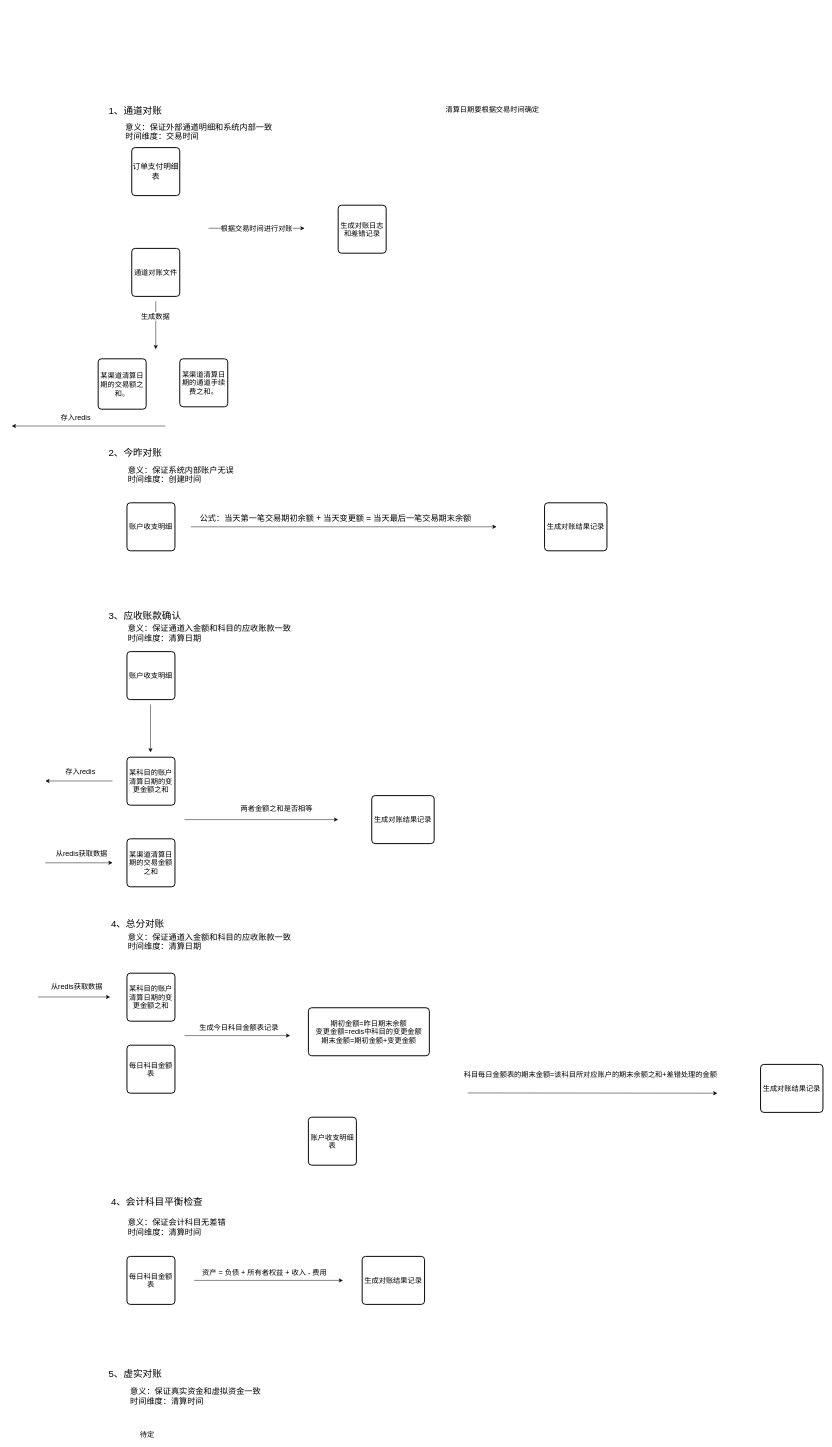
Earlier version of the draw.io diagram xc-account/design/AccountCheck-simple.drawio (waterStone528/job). Source tidied: cells renumbered, new cells numbered last; positions are measured from the earlier drawing's top-left corner, leaving out a move shared by most shapes. Both pictures are drawn from the tidied source at 48%, with x=0, y=0 at pixel (12, 104).
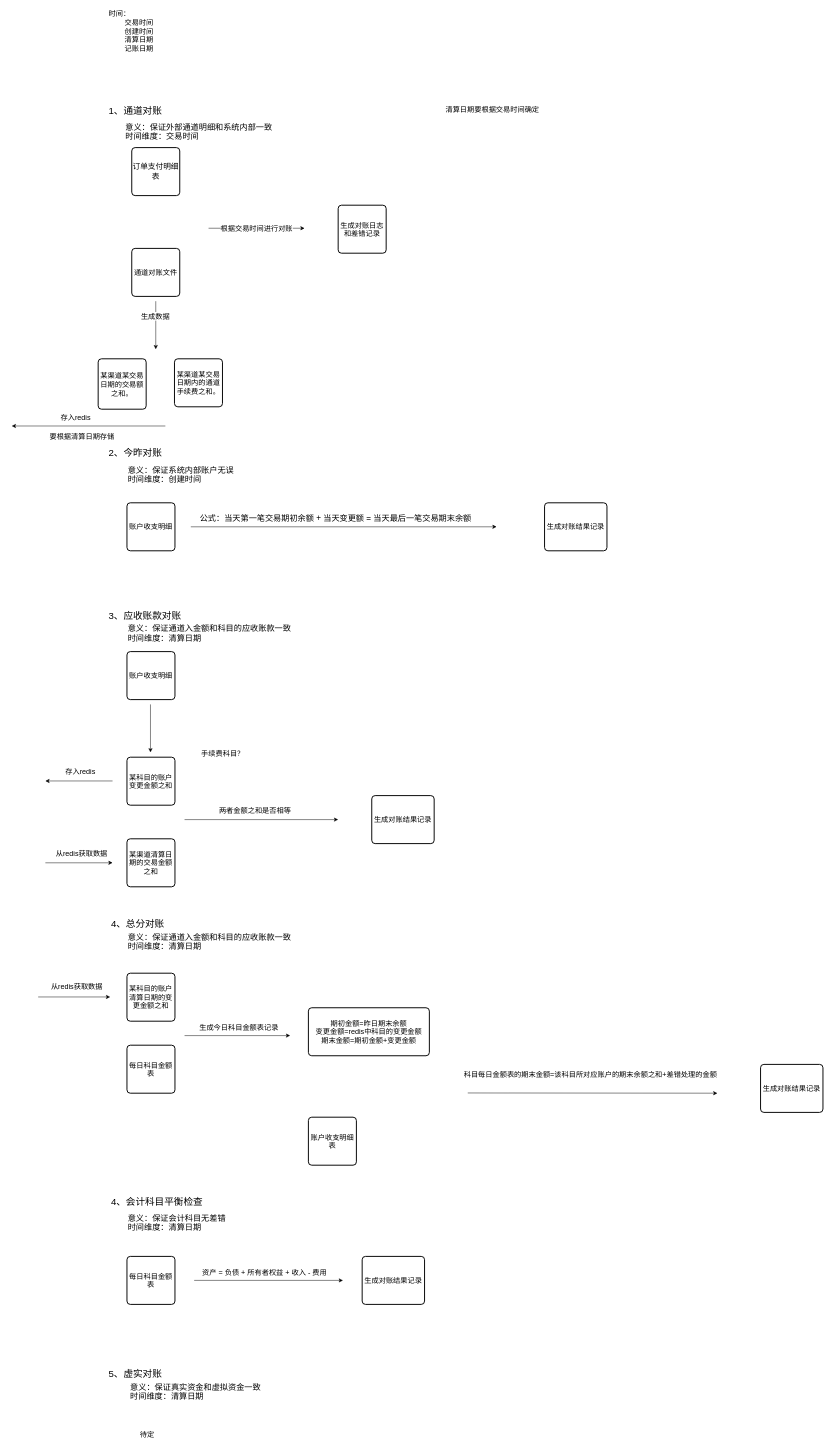
The same diagram, later.

The edit, as a diff of the source:
```diff
@@
-    <mxCell id="8" value="某渠道清算日期的交易额之和。&lt;br style=&quot;font-size: 15px&quot;&gt;" style="rounded=1;whiteSpace=wrap;html=1;absoluteArcSize=1;arcSize=14;strokeWidth=2;fontSize=15;" parent="1" vertex="1">
+    <mxCell id="8" value="某渠道某交易日期的交易额之和。&lt;br style=&quot;font-size: 15px&quot;&gt;" style="rounded=1;whiteSpace=wrap;html=1;absoluteArcSize=1;arcSize=14;strokeWidth=2;fontSize=15;" parent="1" vertex="1">
       <mxGeometry x="180" y="531" width="100" height="105" as="geometry" />
     </mxCell>
@@
-    <mxCell id="16" value="某渠道清算日期的通道手续费之和。" style="rounded=1;whiteSpace=wrap;html=1;absoluteArcSize=1;arcSize=14;strokeWidth=2;fontSize=15;" parent="1" vertex="1">
-      <mxGeometry x="350" y="531" width="100" height="100" as="geometry" />
+    <mxCell id="16" value="某渠道某交易日期内的通道手续费之和。" style="rounded=1;whiteSpace=wrap;html=1;absoluteArcSize=1;arcSize=14;strokeWidth=2;fontSize=15;" parent="1" vertex="1">
+      <mxGeometry x="339" y="531" width="100" height="100" as="geometry" />
     </mxCell>
-    <mxCell id="17" value="3、应收账款确认&lt;br style=&quot;font-size: 20px&quot;&gt;" style="text;html=1;align=left;verticalAlign=top;spacingTop=-4;fontSize=20;" parent="1" vertex="1">
+    <mxCell id="17" value="3、应收账款对账&lt;br style=&quot;font-size: 20px&quot;&gt;" style="text;html=1;align=left;verticalAlign=top;spacingTop=-4;fontSize=20;" parent="1" vertex="1">
       <mxGeometry x="200" y="1051" width="170" height="30" as="geometry" />
     </mxCell>
@@
-    <mxCell id="25" value="某科目的账户清算日期的变更金额之和" style="rounded=1;whiteSpace=wrap;html=1;absoluteArcSize=1;arcSize=14;strokeWidth=2;fontSize=15;" parent="1" vertex="1">
+    <mxCell id="25" value="某科目的账户变更金额之和" style="rounded=1;whiteSpace=wrap;html=1;absoluteArcSize=1;arcSize=14;strokeWidth=2;fontSize=15;" parent="1" vertex="1">
       <mxGeometry x="240" y="1361" width="100" height="100" as="geometry" />
     </mxCell>
@@
     <mxCell id="31" value="两者金额之和是否相等" style="text;html=1;align=left;verticalAlign=top;spacingTop=-4;fontSize=15;" parent="1" vertex="1">
-      <mxGeometry x="475" y="1457" width="170" height="20" as="geometry" />
+      <mxGeometry x="430" y="1461" width="170" height="20" as="geometry" />
     </mxCell>
@@
-    <mxCell id="47" value="意义：&lt;span&gt;保证会计科目无差错&lt;br&gt;时间维度：清算时间&lt;br&gt;&lt;/span&gt;" style="text;html=1;align=left;verticalAlign=top;spacingTop=-4;fontSize=17;" parent="1" vertex="1">
-      <mxGeometry x="240" y="2319" width="220" height="40" as="geometry" />
+    <mxCell id="47" value="意义：&lt;span&gt;保证会计科目无差错&lt;br&gt;时间维度：清算日期&lt;br&gt;&lt;/span&gt;" style="text;html=1;align=left;verticalAlign=top;spacingTop=-4;fontSize=17;" parent="1" vertex="1">
+      <mxGeometry x="240" y="2309" width="220" height="40" as="geometry" />
     </mxCell>
@@
-    <mxCell id="53" value="意义：&lt;span&gt;保证真实资金和虚拟资金一致&lt;/span&gt;&lt;span&gt;&lt;br&gt;时间维度：清算时间&lt;br&gt;&lt;/span&gt;" style="text;html=1;align=left;verticalAlign=top;spacingTop=-4;fontSize=17;" parent="1" vertex="1">
-      <mxGeometry x="245" y="2671" width="290" height="40" as="geometry" />
+    <mxCell id="53" value="意义：&lt;span&gt;保证真实资金和虚拟资金一致&lt;/span&gt;&lt;span&gt;&lt;br&gt;时间维度：清算日期&lt;br&gt;&lt;/span&gt;" style="text;html=1;align=left;verticalAlign=top;spacingTop=-4;fontSize=17;" parent="1" vertex="1">
+      <mxGeometry x="245" y="2661" width="290" height="40" as="geometry" />
     </mxCell>
@@
+    <mxCell id="56" value="要根据清算日期存储" style="text;html=1;align=left;verticalAlign=top;spacingTop=-4;fontSize=15;" parent="1" vertex="1">
+      <mxGeometry x="77" y="681" width="150" height="20" as="geometry" />
+    </mxCell>
+    <mxCell id="57" value="时间：&lt;br&gt;&amp;nbsp; &amp;nbsp; &amp;nbsp; &amp;nbsp; 交易时间&lt;br&gt;&amp;nbsp; &amp;nbsp; &amp;nbsp; &amp;nbsp; 创建时间&lt;br&gt;&amp;nbsp; &amp;nbsp; &amp;nbsp; &amp;nbsp; 清算日期&lt;br&gt;&amp;nbsp; &amp;nbsp; &amp;nbsp; &amp;nbsp; 记账日期&lt;br&gt;" style="text;html=1;align=left;verticalAlign=top;spacingTop=-4;fontSize=15;" parent="1" vertex="1">
+      <mxGeometry x="200" y="-199" width="110" height="90" as="geometry" />
+    </mxCell>
+    <mxCell id="58" value="手续费科目？" style="text;html=1;align=left;verticalAlign=top;spacingTop=-4;fontSize=15;" parent="1" vertex="1">
+      <mxGeometry x="393" y="1343" width="110" height="20" as="geometry" />
+    </mxCell>
```
